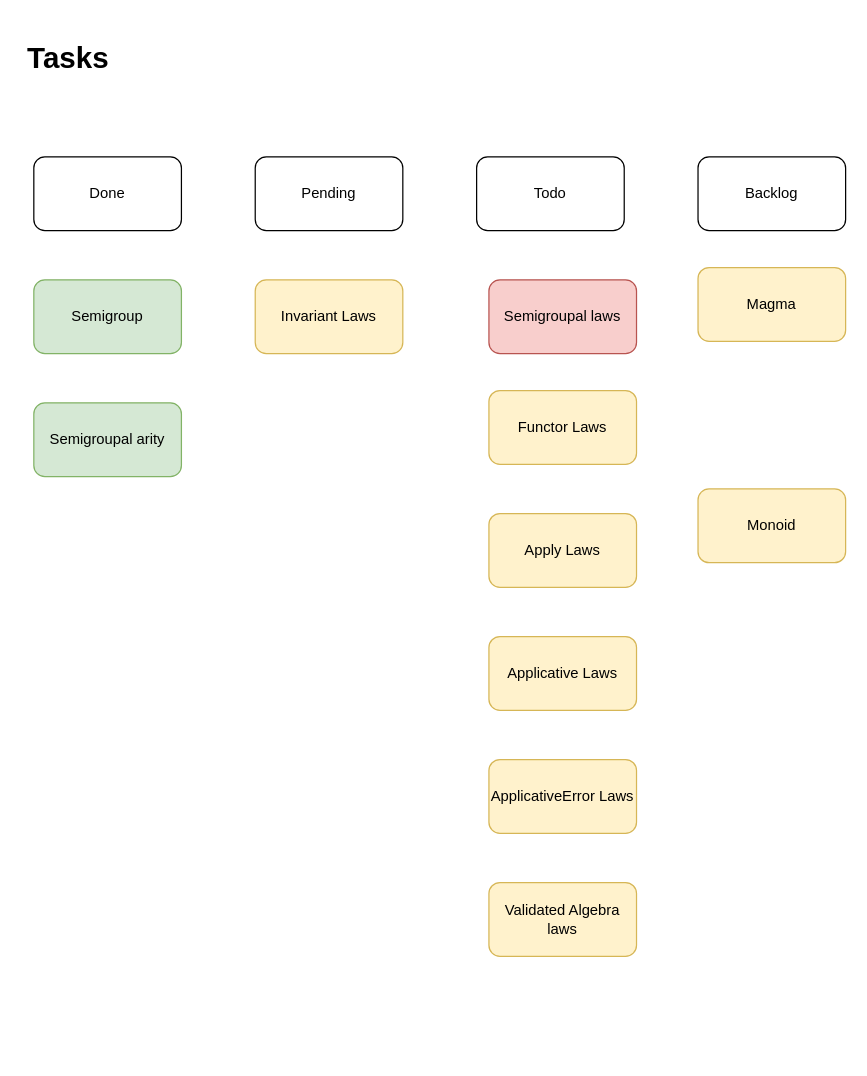
The draw.io diagram page "Tasks" (2 of 2) of diagram.drawio in noReasonException/my-cats, before the edit. Source tidied: cells renumbered, new cells numbered last; positions are measured from the earlier drawing's top-left corner, leaving out a move shared by most shapes. Both pictures are drawn from the tidied source at 123%, with x=0, y=0 at pixel (21, 33).
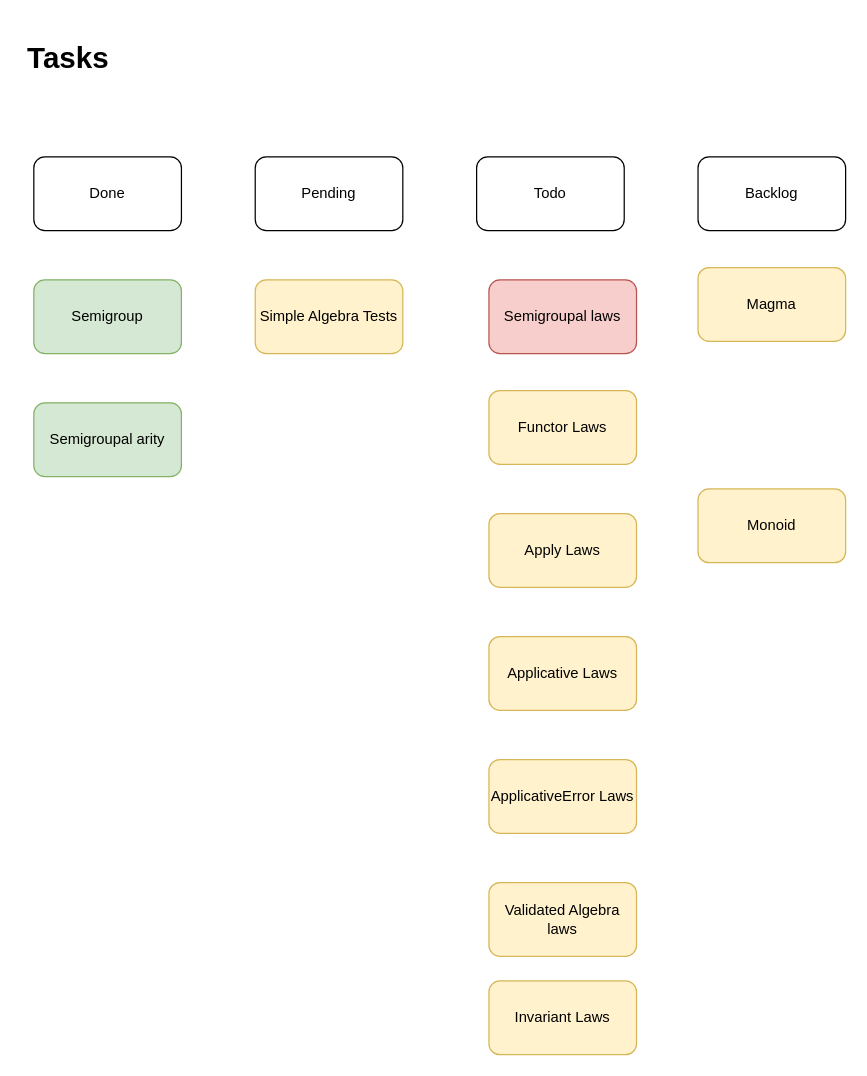
Above is the later version.

Diff of the diagram source:
```diff
@@
 <mxGraphModel>
   <root>
     <mxCell id="0" />
     <mxCell id="1" parent="0" />
     <mxCell id="2" value="&lt;h1&gt;Tasks&lt;/h1&gt;&lt;p&gt;&lt;br&gt;&lt;/p&gt;" style="text;html=1;strokeColor=none;fillColor=none;spacing=5;spacingTop=-20;whiteSpace=wrap;overflow=hidden;rounded=0;" parent="1" vertex="1">
       <mxGeometry width="190" height="120" as="geometry" />
     </mxCell>
     <mxCell id="3" value="Done" style="rounded=1;whiteSpace=wrap;html=1;" parent="1" vertex="1">
       <mxGeometry x="10" y="100" width="120" height="60" as="geometry" />
     </mxCell>
     <mxCell id="4" value="Pending" style="rounded=1;whiteSpace=wrap;html=1;" parent="1" vertex="1">
       <mxGeometry x="190" y="100" width="120" height="60" as="geometry" />
     </mxCell>
     <mxCell id="5" value="Todo" style="rounded=1;whiteSpace=wrap;html=1;" parent="1" vertex="1">
       <mxGeometry x="370" y="100" width="120" height="60" as="geometry" />
     </mxCell>
     <mxCell id="6" value="Semigroupal arity" style="rounded=1;whiteSpace=wrap;html=1;fillColor=#d5e8d4;strokeColor=#82b366;" parent="1" vertex="1">
       <mxGeometry x="10" y="300" width="120" height="60" as="geometry" />
     </mxCell>
     <mxCell id="7" value="Magma" style="rounded=1;whiteSpace=wrap;html=1;fillColor=#fff2cc;strokeColor=#d6b656;" parent="1" vertex="1">
       <mxGeometry x="550" y="190" width="120" height="60" as="geometry" />
     </mxCell>
     <mxCell id="8" value="Semigroup" style="rounded=1;whiteSpace=wrap;html=1;fillColor=#d5e8d4;strokeColor=#82b366;" parent="1" vertex="1">
       <mxGeometry x="10" y="200" width="120" height="60" as="geometry" />
     </mxCell>
     <mxCell id="9" value="Monoid" style="rounded=1;whiteSpace=wrap;html=1;fillColor=#fff2cc;strokeColor=#d6b656;" parent="1" vertex="1">
       <mxGeometry x="550" y="370" width="120" height="60" as="geometry" />
     </mxCell>
     <mxCell id="10" value="Invariant Laws" style="rounded=1;whiteSpace=wrap;html=1;fillColor=#fff2cc;strokeColor=#d6b656;" parent="1" vertex="1">
-      <mxGeometry x="190" y="200" width="120" height="60" as="geometry" />
+      <mxGeometry x="380" y="770" width="120" height="60" as="geometry" />
     </mxCell>
     <mxCell id="11" value="Functor Laws" style="rounded=1;whiteSpace=wrap;html=1;fillColor=#fff2cc;strokeColor=#d6b656;" parent="1" vertex="1">
       <mxGeometry x="380" y="290" width="120" height="60" as="geometry" />
     </mxCell>
     <mxCell id="12" value="Semigroupal laws" style="rounded=1;whiteSpace=wrap;html=1;fillColor=#f8cecc;strokeColor=#b85450;" parent="1" vertex="1">
       <mxGeometry x="380" y="200" width="120" height="60" as="geometry" />
     </mxCell>
     <mxCell id="13" value="Apply Laws" style="rounded=1;whiteSpace=wrap;html=1;fillColor=#fff2cc;strokeColor=#d6b656;" parent="1" vertex="1">
       <mxGeometry x="380" y="390" width="120" height="60" as="geometry" />
     </mxCell>
     <mxCell id="14" value="Applicative Laws" style="rounded=1;whiteSpace=wrap;html=1;fillColor=#fff2cc;strokeColor=#d6b656;" parent="1" vertex="1">
       <mxGeometry x="380" y="490" width="120" height="60" as="geometry" />
     </mxCell>
     <mxCell id="15" value="ApplicativeError Laws" style="rounded=1;whiteSpace=wrap;html=1;fillColor=#fff2cc;strokeColor=#d6b656;" parent="1" vertex="1">
       <mxGeometry x="380" y="590" width="120" height="60" as="geometry" />
     </mxCell>
     <mxCell id="16" value="Validated Algebra laws" style="rounded=1;whiteSpace=wrap;html=1;fillColor=#fff2cc;strokeColor=#d6b656;" parent="1" vertex="1">
       <mxGeometry x="380" y="690" width="120" height="60" as="geometry" />
     </mxCell>
     <mxCell id="17" value="Backlog" style="rounded=1;whiteSpace=wrap;html=1;" parent="1" vertex="1">
       <mxGeometry x="550" y="100" width="120" height="60" as="geometry" />
     </mxCell>
+    <mxCell id="18" value="Simple Algebra Tests" style="rounded=1;whiteSpace=wrap;html=1;fillColor=#fff2cc;strokeColor=#d6b656;" parent="1" vertex="1">
+      <mxGeometry x="190" y="200" width="120" height="60" as="geometry" />
+    </mxCell>
   </root>
 </mxGraphModel>
```
